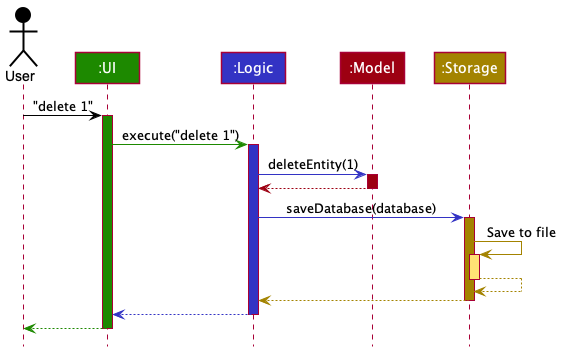
Above: docs/images/ArchitectureSequenceDiagram.png in nus-cs2103-AY2021S2/tp (PlantUML), before the change.
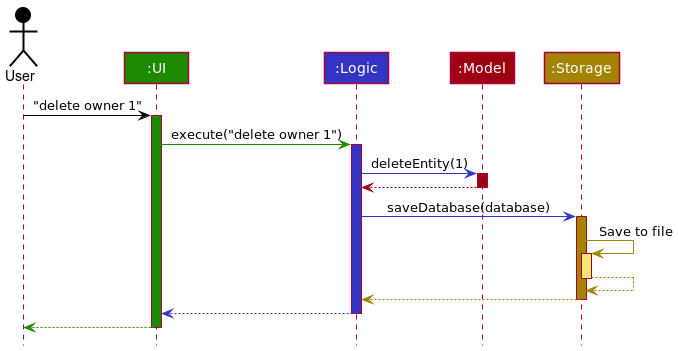
The same diagram one commit later.

Commit message:
DG: Update example used in architecture sequence diagram

Diff of the diagram source:
```diff
@@ -7,10 +7,10 @@
 Participant ":Model" as model MODEL_COLOR
 Participant ":Storage" as storage STORAGE_COLOR
 
-user -[USER_COLOR]> ui : "delete 1"
+user -[USER_COLOR]> ui : "delete owner 1"
 activate ui UI_COLOR
 
-ui -[UI_COLOR]> logic : execute("delete 1")
+ui -[UI_COLOR]> logic : execute("delete owner 1")
 activate logic LOGIC_COLOR
 
 logic -[LOGIC_COLOR]> model : deleteEntity(1)
```
